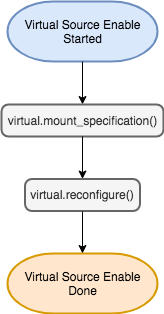
Before: docs/References/images/VirtualSourceEnable.png, a diagram exported from draw.io (delphix/virtualization-sdk). Source tidied: cells renumbered, new cells last; positions are measured from the earlier drawing's top-left corner, leaving out a move shared by most shapes.
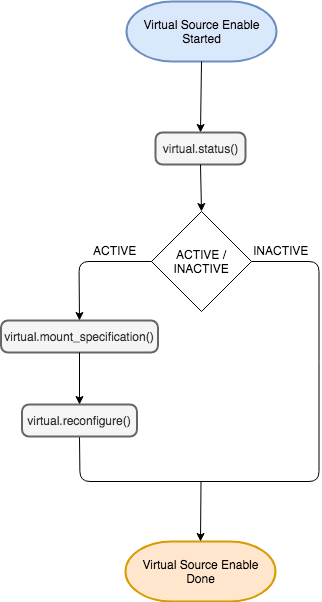
Later version of the same file.

Commit message:
Update Virtual Source Enable Workflow to include Status

The edit, as a diff of the source:
```diff
@@ -2,26 +2,75 @@
   <root>
     <mxCell id="0" />
     <mxCell id="1" parent="0" />
-    <mxCell id="2" value="&lt;span&gt;Virtual Source Enable&lt;br&gt;Started&lt;br&gt;&lt;/span&gt;" style="strokeWidth=2;html=1;shape=mxgraph.flowchart.terminator;whiteSpace=wrap;fillColor=#dae8fc;strokeColor=#6c8ebf;" parent="1" vertex="1">
-      <mxGeometry x="6" width="150" height="60" as="geometry" />
+    <mxCell id="2" value="ACTIVE / INACTIVE" style="strokeWidth=1;html=1;shape=mxgraph.flowchart.decision;whiteSpace=wrap;" parent="1" vertex="1">
+      <mxGeometry x="-38" y="-228" width="100" height="100" as="geometry" />
     </mxCell>
-    <mxCell id="3" value="Virtual Source Enable&lt;br&gt;&lt;span&gt;Done&lt;br&gt;&lt;/span&gt;" style="strokeWidth=2;html=1;shape=mxgraph.flowchart.terminator;whiteSpace=wrap;fillColor=#ffe6cc;strokeColor=#d79b00;" parent="1" vertex="1">
-      <mxGeometry x="6" y="252" width="150" height="60" as="geometry" />
+    <mxCell id="3" value="Virtual Source Enable&lt;br&gt;Started&lt;span&gt;&lt;br&gt;&lt;/span&gt;" style="strokeWidth=2;html=1;shape=mxgraph.flowchart.terminator;whiteSpace=wrap;fillColor=#dae8fc;strokeColor=#6c8ebf;" parent="1" vertex="1">
+      <mxGeometry x="-63" y="-438" width="150" height="60" as="geometry" />
     </mxCell>
-    <mxCell id="4" value="virtual.reconfigure()" style="rounded=1;whiteSpace=wrap;html=1;absoluteArcSize=1;arcSize=14;strokeWidth=2;fillColor=#f5f5f5;strokeColor=#666666;fontColor=#333333;" parent="1" vertex="1">
-      <mxGeometry x="23.5" y="177.5" width="115" height="32" as="geometry" />
+    <mxCell id="4" value="Virtual Source Enable&lt;br&gt;&lt;span&gt;Done&lt;br&gt;&lt;/span&gt;" style="strokeWidth=2;html=1;shape=mxgraph.flowchart.terminator;whiteSpace=wrap;fillColor=#ffe6cc;strokeColor=#d79b00;" parent="1" vertex="1">
+      <mxGeometry x="-64" y="102" width="150" height="60" as="geometry" />
     </mxCell>
-    <mxCell id="5" style="endArrow=classic;html=1;exitX=0.5;exitY=1;exitDx=0;exitDy=0;" parent="1" edge="1" source="4" target="3">
+    <mxCell id="5" style="endArrow=classic;html=1;exitX=0.5;exitY=1;exitDx=0;exitDy=0;exitPerimeter=0;entryX=0.5;entryY=0;entryDx=0;entryDy=0;" parent="1" edge="1" source="3" target="13">
       <mxGeometry relative="1" as="geometry" />
     </mxCell>
-    <mxCell id="6" style="endArrow=classic;html=1;entryX=0.5;entryY=0;entryDx=0;entryDy=0;exitX=0.5;exitY=1;exitDx=0;exitDy=0;exitPerimeter=0;" parent="1" edge="1" source="2" target="7">
-      <mxGeometry relative="1" as="geometry" />
+    <mxCell id="6" value="ACTIVE" style="text;html=1;align=left;verticalAlign=top;spacingTop=-4;" parent="1" vertex="1">
+      <mxGeometry x="-98" y="-198" width="60" height="20" as="geometry" />
     </mxCell>
-    <mxCell id="7" value="virtual.mount_specification()" style="rounded=1;whiteSpace=wrap;html=1;absoluteArcSize=1;arcSize=14;strokeWidth=2;fillColor=#f5f5f5;strokeColor=#666666;fontColor=#333333;" parent="1" vertex="1">
-      <mxGeometry y="103" width="162" height="32" as="geometry" />
+    <mxCell id="7" value="INACTIVE" style="text;html=1;points=[];align=left;verticalAlign=top;spacingTop=-4;" parent="1" vertex="1">
+      <mxGeometry x="62" y="-198" width="70" height="20" as="geometry" />
     </mxCell>
-    <mxCell id="8" style="endArrow=classic;html=1;exitX=0.5;exitY=1;exitDx=0;exitDy=0;" parent="1" edge="1" source="7" target="4">
-      <mxGeometry relative="1" as="geometry" />
+    <mxCell id="8" value="virtual.mount_specification()" style="rounded=1;whiteSpace=wrap;html=1;absoluteArcSize=1;arcSize=14;strokeWidth=2;fillColor=#f5f5f5;strokeColor=#666666;fontColor=#333333;" parent="1" vertex="1">
+      <mxGeometry x="-188.5" y="-119" width="157" height="32" as="geometry" />
     </mxCell>
+    <mxCell id="9" style="endArrow=classic;html=1;exitX=0;exitY=0.5;exitDx=0;exitDy=0;exitPerimeter=0;entryX=0.5;entryY=0;entryDx=0;entryDy=0;" parent="1" edge="1" source="2" target="8">
+      <mxGeometry relative="1" as="geometry">
+        <Array as="points">
+          <mxPoint x="-110.5" y="-178" />
+        </Array>
+      </mxGeometry>
+    </mxCell>
+    <mxCell id="10" style="endArrow=none;html=1;exitX=1;exitY=0.5;exitDx=0;exitDy=0;exitPerimeter=0;endFill=0;" parent="1" edge="1" source="2">
+      <mxGeometry relative="1" as="geometry">
+        <mxPoint x="129.5" y="-78" as="targetPoint" />
+        <Array as="points">
+          <mxPoint x="129.5" y="-178" />
+        </Array>
+      </mxGeometry>
+    </mxCell>
+    <mxCell id="11" style="endArrow=none;html=1;exitX=0.5;exitY=1;exitDx=0;exitDy=0;endFill=0;" parent="1" edge="1" source="15">
+      <mxGeometry relative="1" as="geometry">
+        <mxPoint x="-0.5" y="42" as="targetPoint" />
+        <Array as="points">
+          <mxPoint x="-109.5" y="42" />
+        </Array>
+      </mxGeometry>
+    </mxCell>
+    <mxCell id="12" style="endArrow=none;html=1;endFill=0;" parent="1" edge="1">
+      <mxGeometry relative="1" as="geometry">
+        <mxPoint x="129.5" y="-78" as="sourcePoint" />
+        <mxPoint x="-0.5" y="42" as="targetPoint" />
+        <Array as="points">
+          <mxPoint x="129.5" y="42" />
+        </Array>
+      </mxGeometry>
+    </mxCell>
+    <mxCell id="13" value="virtual.status()" style="rounded=1;whiteSpace=wrap;html=1;absoluteArcSize=1;arcSize=14;strokeWidth=2;fillColor=#f5f5f5;strokeColor=#666666;fontColor=#333333;" parent="1" vertex="1">
+      <mxGeometry x="-34" y="-307" width="90" height="32" as="geometry" />
+    </mxCell>
+    <mxCell id="14" style="endArrow=classic;html=1;entryX=0.5;entryY=0;entryDx=0;entryDy=0;entryPerimeter=0;exitX=0.5;exitY=1;exitDx=0;exitDy=0;" parent="1" edge="1" source="13" target="2">
+      <mxGeometry relative="1" as="geometry" />
+    </mxCell>
+    <mxCell id="15" value="virtual.reconfigure()" style="rounded=1;whiteSpace=wrap;html=1;absoluteArcSize=1;arcSize=14;strokeWidth=2;fillColor=#f5f5f5;strokeColor=#666666;fontColor=#333333;" parent="1" vertex="1">
+      <mxGeometry x="-167.5" y="-35" width="115" height="32" as="geometry" />
+    </mxCell>
+    <mxCell id="16" style="endArrow=classic;html=1;entryX=0.5;entryY=0;entryDx=0;entryDy=0;exitX=0.5;exitY=1;exitDx=0;exitDy=0;" parent="1" edge="1" source="8" target="15">
+      <mxGeometry relative="1" as="geometry" />
+    </mxCell>
+    <mxCell id="17" style="endArrow=classic;html=1;entryX=0.5;entryY=0;entryDx=0;entryDy=0;entryPerimeter=0;" parent="1" edge="1" target="4">
+      <mxGeometry relative="1" as="geometry">
+        <mxPoint x="11.5" y="42" as="sourcePoint" />
+      </mxGeometry>
+    </mxCell>
   </root>
 </mxGraphModel>
```
